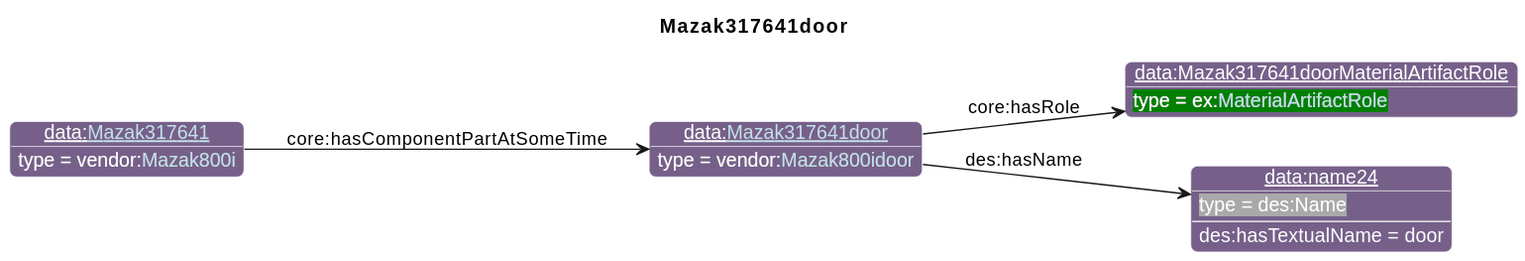
Above: diagrams/Mazak317641door.svg in iofoundry/example-syseng-mtconnect (PlantUML), before the change. Its diagram source:
```plantuml
@startuml
!include ../iof.iuml

<style>
object {
  HyperlinkColor #C4E1E6
}
</style>

left to right direction
skinparam linetype polyline
title Mazak317641door

!$default_direction = down

!$namespace_colors = { "bfo":"DFA702",
                      "iof":"1E90FF",
                      "ns":"Green",
                      "ns1":"76608A",
                      "core":"000000",
                      "ex":"Green",
                      "data":"76608A",
                      "vendor":"76608A",
                      "units":"8A2D3B",
                      "cmns-dsg":"3A0519",
                      "qp":"641B2E"
      }
individual(o0, data:[[./Mazak317641door.html Mazak317641door]], vendor:[[../Mazak.html#Mazak800idoor Mazak800idoor]])
individual(o1, data:Mazak317641doorMaterialArtifactRole, ex:[[../Example.html#MaterialArtifactRole MaterialArtifactRole]])
individual(o2, data:name24, des:Name)
individual(o3, data:[[./Mazak317641.html Mazak317641]], vendor:[[../Mazak.html#Mazak800i Mazak800i]])
property(o0, "core:hasRole", o1)
property(o0, "des:hasName", o2)
data(o2, "des:hasTextualName", "door")
property(o3, "core:hasComponentPartAtSomeTime", o0)
@enduml
```
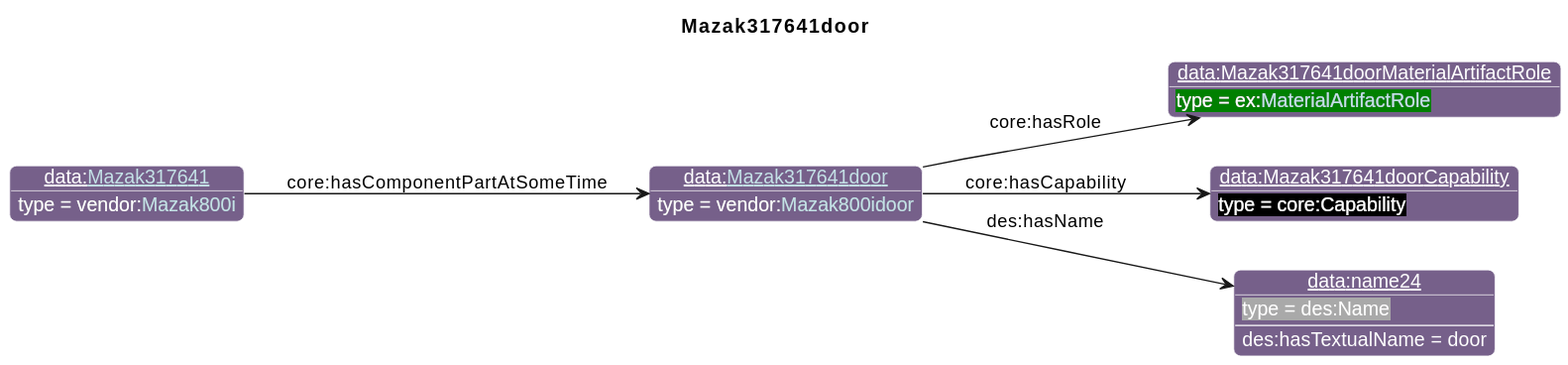
After the change.

What changed in the source:
```diff
@@ -27,10 +27,12 @@
       }
 individual(o0, data:[[./Mazak317641door.html Mazak317641door]], vendor:[[../Mazak.html#Mazak800idoor Mazak800idoor]])
 individual(o1, data:Mazak317641doorMaterialArtifactRole, ex:[[../Example.html#MaterialArtifactRole MaterialArtifactRole]])
-individual(o2, data:name24, des:Name)
-individual(o3, data:[[./Mazak317641.html Mazak317641]], vendor:[[../Mazak.html#Mazak800i Mazak800i]])
+individual(o2, data:Mazak317641doorCapability, core:Capability)
+individual(o3, data:name24, des:Name)
+individual(o4, data:[[./Mazak317641.html Mazak317641]], vendor:[[../Mazak.html#Mazak800i Mazak800i]])
 property(o0, "core:hasRole", o1)
-property(o0, "des:hasName", o2)
-data(o2, "des:hasTextualName", "door")
-property(o3, "core:hasComponentPartAtSomeTime", o0)
+property(o0, "core:hasCapability", o2)
+property(o0, "des:hasName", o3)
+data(o3, "des:hasTextualName", "door")
+property(o4, "core:hasComponentPartAtSomeTime", o0)
 @enduml
```
